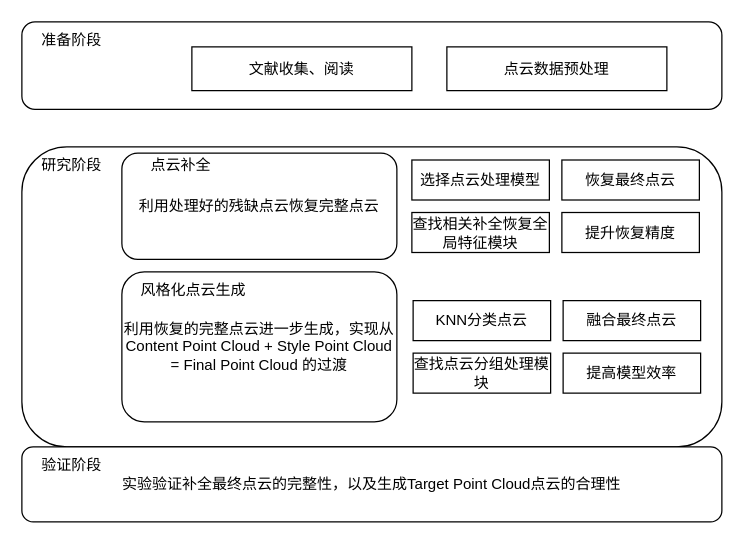
This is bishe.drawio from susu-attempt/pointrans, a draw.io file, before an edit. Source tidied: cells renumbered, new cells numbered last; positions are measured from the earlier drawing's top-left corner, leaving out a move shared by most shapes. Both pictures are drawn from the tidied source at 125%, with x=0, y=0 at pixel (21, 21).
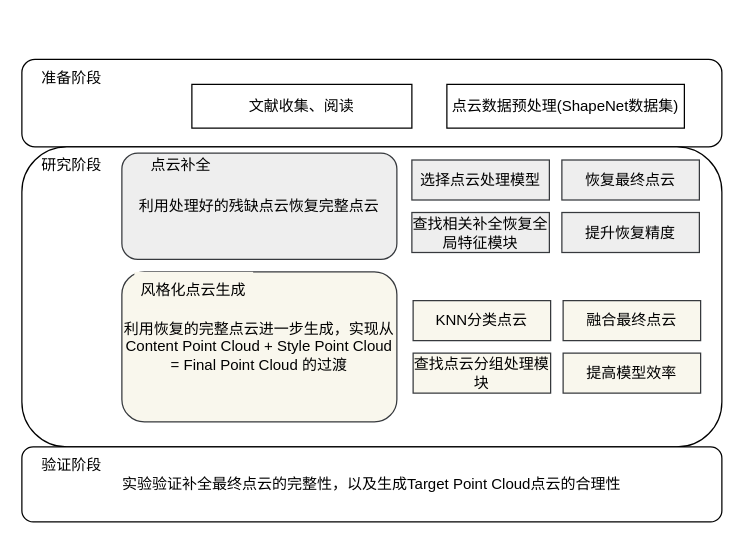
The same diagram, later.

What changed in the source:
```diff
@@
     <mxCell id="2" style="rounded=1;whiteSpace=wrap;html=1;" parent="1" vertex="1">
-      <mxGeometry width="560" height="70" as="geometry" />
+      <mxGeometry y="30" width="560" height="70" as="geometry" />
     </mxCell>
@@
     <mxCell id="5" value="准备阶段" style="text;html=1;align=center;verticalAlign=middle;whiteSpace=wrap;rounded=0;" parent="1" vertex="1">
-      <mxGeometry x="10" width="60" height="30" as="geometry" />
+      <mxGeometry x="10" y="30" width="60" height="30" as="geometry" />
     </mxCell>
@@
     <mxCell id="8" value="文献收集、阅读" style="rounded=0;whiteSpace=wrap;html=1;" parent="1" vertex="1">
-      <mxGeometry x="136" y="20" width="176" height="35" as="geometry" />
+      <mxGeometry x="136" y="50" width="176" height="35" as="geometry" />
     </mxCell>
-    <mxCell id="9" value="点云数据预处理" style="rounded=0;whiteSpace=wrap;html=1;" parent="1" vertex="1">
-      <mxGeometry x="340" y="20" width="176" height="35" as="geometry" />
+    <mxCell id="9" value="点云数据预处理(ShapeNet数据集)" style="rounded=0;whiteSpace=wrap;html=1;" parent="1" vertex="1">
+      <mxGeometry x="340" y="50" width="190" height="35" as="geometry" />
     </mxCell>
-    <mxCell id="10" value="利用处理好的残缺点云恢复完整点云" style="rounded=1;whiteSpace=wrap;html=1;" parent="1" vertex="1">
+    <mxCell id="10" value="利用处理好的残缺点云恢复完整点云" style="rounded=1;whiteSpace=wrap;html=1;fillColor=#eeeeee;strokeColor=#36393d;" parent="1" vertex="1">
       <mxGeometry x="80" y="105" width="220" height="85" as="geometry" />
     </mxCell>
@@
-    <mxCell id="12" value="利用恢复的完整点云进一步生成，实现从Content Point Cloud + Style Point Cloud = Final Point Cloud 的过渡" style="rounded=1;whiteSpace=wrap;html=1;" parent="1" vertex="1">
+    <mxCell id="12" value="利用恢复的完整点云进一步生成，实现从Content Point Cloud + Style Point Cloud = Final Point Cloud 的过渡" style="rounded=1;whiteSpace=wrap;html=1;fillColor=#f9f7ed;strokeColor=#36393d;" parent="1" vertex="1">
       <mxGeometry x="80" y="200" width="220" height="120" as="geometry" />
     </mxCell>
-    <mxCell id="13" value="风格化点云生成" style="text;html=1;align=center;verticalAlign=middle;whiteSpace=wrap;rounded=0;" parent="1" vertex="1">
+    <mxCell id="13" value="风格化点云生成" style="text;html=1;align=center;verticalAlign=middle;whiteSpace=wrap;rounded=0;fillColor=#f9f7ed;strokeColor=none;" parent="1" vertex="1">
       <mxGeometry x="90" y="200" width="95" height="30" as="geometry" />
     </mxCell>
-    <mxCell id="14" value="选择点云处理模型" style="rounded=0;whiteSpace=wrap;html=1;" parent="1" vertex="1">
+    <mxCell id="14" value="选择点云处理模型" style="rounded=0;whiteSpace=wrap;html=1;fillColor=#eeeeee;strokeColor=#36393d;" parent="1" vertex="1">
       <mxGeometry x="312" y="110.5" width="110" height="32" as="geometry" />
     </mxCell>
-    <mxCell id="15" value="查找相关补全恢复全局特征模块" style="rounded=0;whiteSpace=wrap;html=1;" parent="1" vertex="1">
+    <mxCell id="15" value="查找相关补全恢复全局特征模块" style="rounded=0;whiteSpace=wrap;html=1;fillColor=#eeeeee;strokeColor=#36393d;" parent="1" vertex="1">
       <mxGeometry x="312" y="152.5" width="110" height="32" as="geometry" />
     </mxCell>
-    <mxCell id="16" value="恢复最终点云" style="rounded=0;whiteSpace=wrap;html=1;" parent="1" vertex="1">
+    <mxCell id="16" value="恢复最终点云" style="rounded=0;whiteSpace=wrap;html=1;fillColor=#eeeeee;strokeColor=#36393d;" parent="1" vertex="1">
       <mxGeometry x="432" y="110.5" width="110" height="32" as="geometry" />
     </mxCell>
-    <mxCell id="17" value="提升恢复精度" style="rounded=0;whiteSpace=wrap;html=1;" parent="1" vertex="1">
+    <mxCell id="17" value="提升恢复精度" style="rounded=0;whiteSpace=wrap;html=1;fillColor=#eeeeee;strokeColor=#36393d;" parent="1" vertex="1">
       <mxGeometry x="432" y="152.5" width="110" height="32" as="geometry" />
     </mxCell>
-    <mxCell id="18" value="KNN分类点云" style="rounded=0;whiteSpace=wrap;html=1;" parent="1" vertex="1">
+    <mxCell id="18" value="KNN分类点云" style="rounded=0;whiteSpace=wrap;html=1;fillColor=#f9f7ed;strokeColor=#36393d;" parent="1" vertex="1">
       <mxGeometry x="313" y="223" width="110" height="32" as="geometry" />
     </mxCell>
-    <mxCell id="19" value="查找点云分组处理模块" style="rounded=0;whiteSpace=wrap;html=1;" parent="1" vertex="1">
+    <mxCell id="19" value="查找点云分组处理模块" style="rounded=0;whiteSpace=wrap;html=1;fillColor=#f9f7ed;strokeColor=#36393d;" parent="1" vertex="1">
       <mxGeometry x="313" y="265" width="110" height="32" as="geometry" />
     </mxCell>
-    <mxCell id="20" value="融合最终点云" style="rounded=0;whiteSpace=wrap;html=1;" parent="1" vertex="1">
+    <mxCell id="20" value="融合最终点云" style="rounded=0;whiteSpace=wrap;html=1;fillColor=#f9f7ed;strokeColor=#36393d;" parent="1" vertex="1">
       <mxGeometry x="433" y="223" width="110" height="32" as="geometry" />
     </mxCell>
-    <mxCell id="21" value="提高模型效率" style="rounded=0;whiteSpace=wrap;html=1;" parent="1" vertex="1">
+    <mxCell id="21" value="提高模型效率" style="rounded=0;whiteSpace=wrap;html=1;fillColor=#f9f7ed;strokeColor=#36393d;" parent="1" vertex="1">
       <mxGeometry x="433" y="265" width="110" height="32" as="geometry" />
     </mxCell>
```
